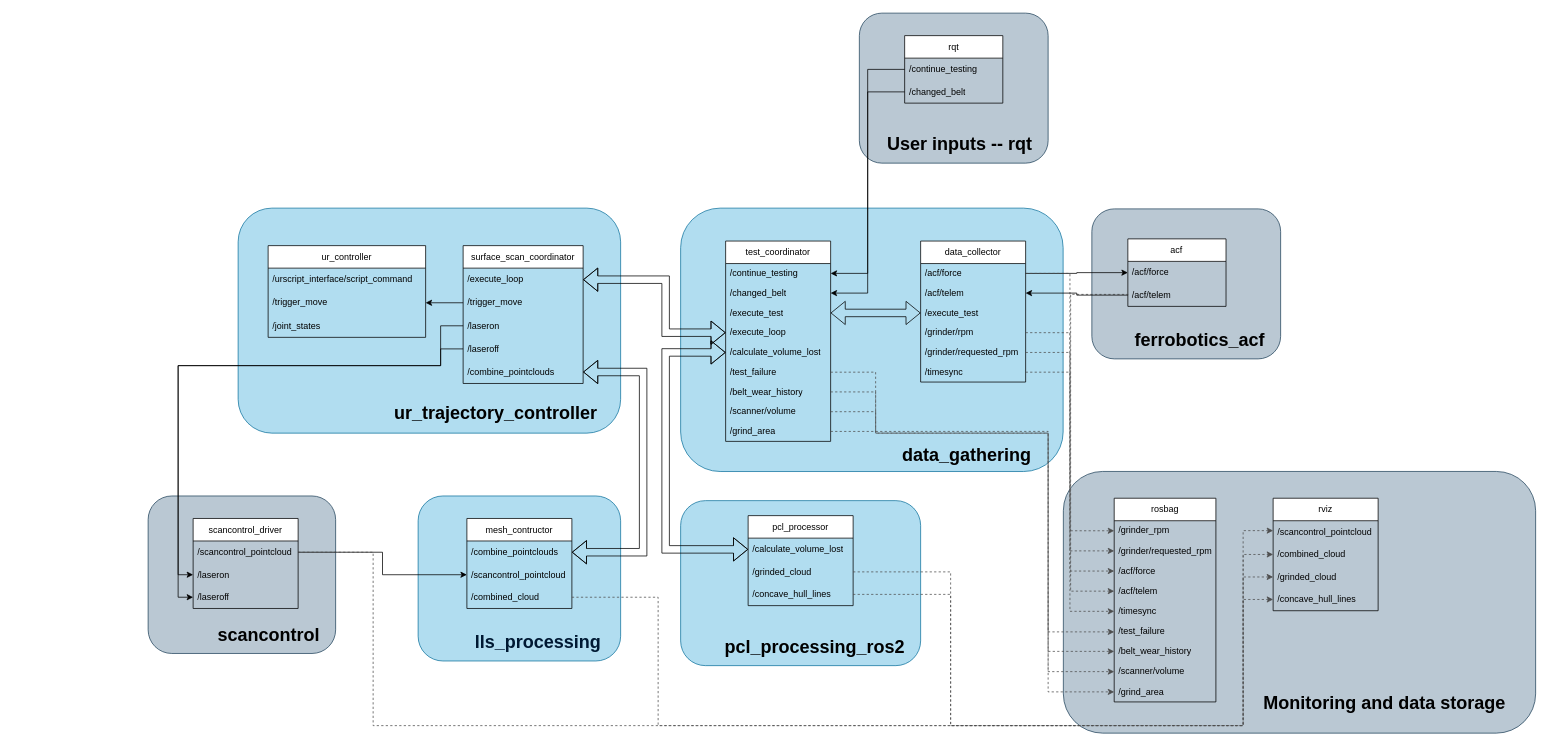
Earlier version of the draw.io diagram Untitled Diagram.drawio (Luka140/drawio_graphs). Source tidied: cells renumbered, new cells numbered last; positions are measured from the earlier drawing's top-left corner, leaving out a move shared by most shapes. Both pictures are drawn from the tidied source at 75%, with x=0, y=0 at pixel (13, 13).
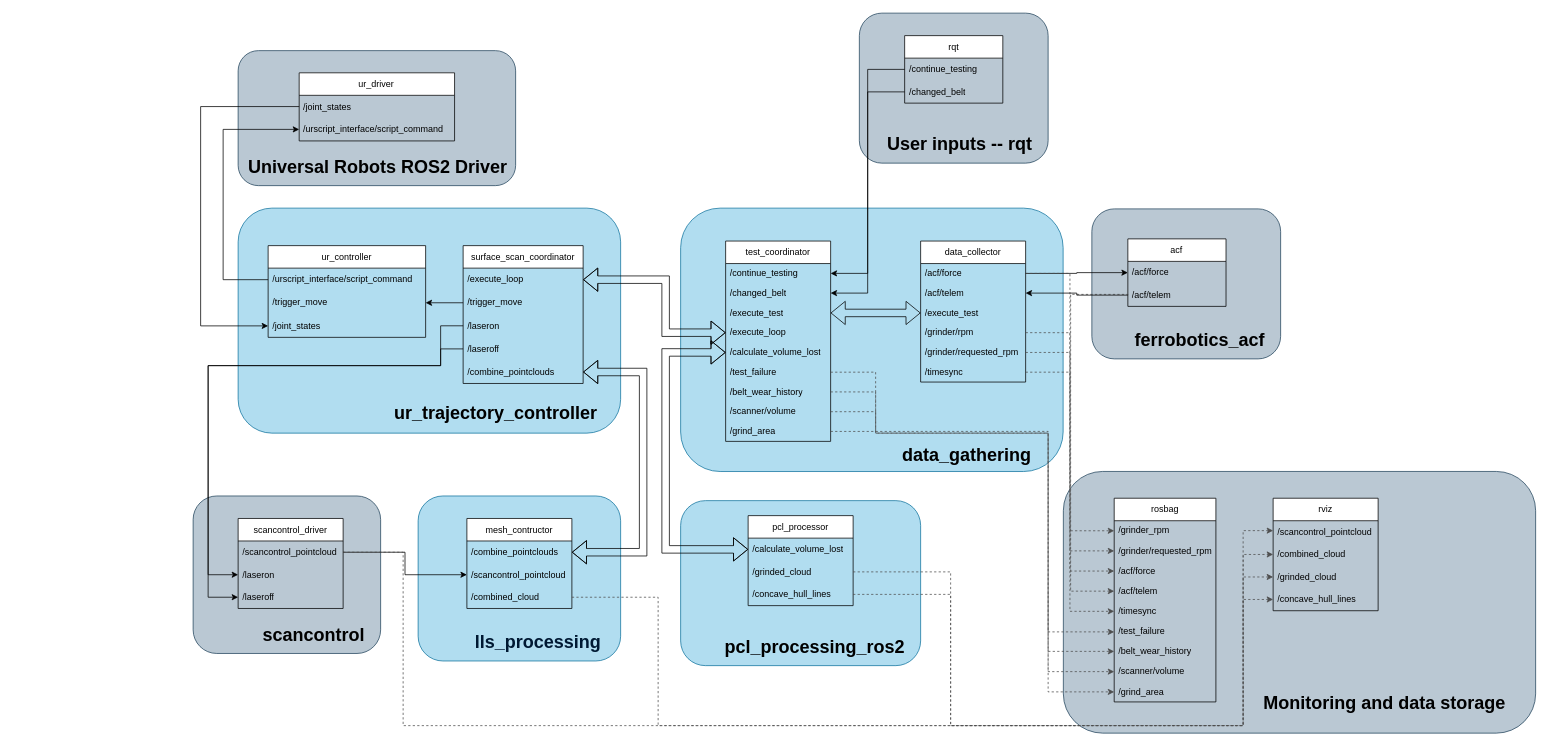
The same page after the edit.

The change refers to these unchanged cells:
```xml
<mxCell id="30" style="group;" parent="1" vertex="1">
  <mxGeometry x="310" y="260" width="590" height="710" as="geometry" />
</mxCell>
<mxCell id="34" value="/urscript_interface/script_command" style="text;strokeColor=none;fillColor=none;align=left;verticalAlign=middle;spacingLeft=4;spacingRight=4;overflow=hidden;points=[[0,0.5],[1,0.5]];portConstraint=eastwest;whiteSpace=wrap;html=1;" parent="33" vertex="1">
  <mxGeometry y="30" width="210" height="30.8" as="geometry" />
</mxCell>
<mxCell id="36" value="/joint_states" style="text;strokeColor=none;fillColor=none;align=left;verticalAlign=middle;spacingLeft=4;spacingRight=4;overflow=hidden;points=[[0,0.5],[1,0.5]];portConstraint=eastwest;whiteSpace=wrap;html=1;" parent="33" vertex="1">
  <mxGeometry y="91.5" width="210" height="30.8" as="geometry" />
</mxCell>
<mxCell id="40" value="/laseron" style="text;strokeColor=none;fillColor=none;align=left;verticalAlign=middle;spacingLeft=4;spacingRight=4;overflow=hidden;points=[[0,0.5],[1,0.5]];portConstraint=eastwest;whiteSpace=wrap;html=1;" parent="37" vertex="1">
  <mxGeometry y="91.5" width="160" height="30.8" as="geometry" />
</mxCell>
<mxCell id="41" value="/laseroff" style="text;strokeColor=none;fillColor=none;align=left;verticalAlign=middle;spacingLeft=4;spacingRight=4;overflow=hidden;points=[[0,0.5],[1,0.5]];portConstraint=eastwest;whiteSpace=wrap;html=1;" parent="37" vertex="1">
  <mxGeometry y="122.3" width="160" height="30.8" as="geometry" />
</mxCell>
<mxCell id="45" style="group;" parent="44" vertex="1">
  <mxGeometry x="40" y="180" width="460" height="210" as="geometry" />
</mxCell>
<mxCell id="50" value="/scancontrol_pointcloud" style="text;strokeColor=none;fillColor=none;align=left;verticalAlign=middle;spacingLeft=4;spacingRight=4;overflow=hidden;points=[[0,0.5],[1,0.5]];portConstraint=eastwest;whiteSpace=wrap;html=1;" parent="48" vertex="1">
  <mxGeometry y="60" width="140" height="30" as="geometry" />
</mxCell>
<mxCell id="55" value="/scancontrol_pointcloud" style="text;strokeColor=none;fillColor=none;align=left;verticalAlign=middle;spacingLeft=4;spacingRight=4;overflow=hidden;points=[[0,0.5],[1,0.5]];portConstraint=eastwest;whiteSpace=wrap;html=1;" parent="54" vertex="1">
  <mxGeometry y="30" width="140" height="30" as="geometry" />
</mxCell>
<mxCell id="56" value="/laseron" style="text;strokeColor=none;fillColor=none;align=left;verticalAlign=middle;spacingLeft=4;spacingRight=4;overflow=hidden;points=[[0,0.5],[1,0.5]];portConstraint=eastwest;whiteSpace=wrap;html=1;" parent="54" vertex="1">
  <mxGeometry y="60" width="140" height="30" as="geometry" />
</mxCell>
<mxCell id="57" value="/laseroff" style="text;strokeColor=none;fillColor=none;align=left;verticalAlign=middle;spacingLeft=4;spacingRight=4;overflow=hidden;points=[[0,0.5],[1,0.5]];portConstraint=eastwest;whiteSpace=wrap;html=1;" parent="54" vertex="1">
  <mxGeometry y="90" width="140" height="30" as="geometry" />
</mxCell>
<mxCell id="95" value="/scancontrol_pointcloud" style="text;strokeColor=none;fillColor=none;align=left;verticalAlign=middle;spacingLeft=4;spacingRight=4;overflow=hidden;points=[[0,0.5],[1,0.5]];portConstraint=eastwest;whiteSpace=wrap;html=1;" parent="94" vertex="1">
  <mxGeometry y="30" width="140" height="30" as="geometry" />
</mxCell>
```

Diff of the diagram source:
```diff
@@
+    <mxCell id="53" style="rounded=1;whiteSpace=wrap;html=1;fillColor=#bac8d3;strokeColor=#23445d;" parent="45" vertex="1">
+      <mxGeometry x="-110" y="-30" width="250" height="210" as="geometry" />
+    </mxCell>
@@
-    <mxCell id="52" style="group;" parent="45" vertex="1">
-      <mxGeometry x="-170" y="-30" width="250" height="210" as="geometry" />
-    </mxCell>
-    <mxCell id="53" style="rounded=1;whiteSpace=wrap;html=1;fillColor=#bac8d3;strokeColor=#23445d;" parent="52" vertex="1">
-      <mxGeometry width="250" height="210" as="geometry" />
-    </mxCell>
+    <mxCell id="58" style="edgeStyle=orthogonalEdgeStyle;rounded=0;jettySize=auto;html=1;exitX=1;exitY=0.5;exitDx=0;exitDy=0;entryX=0;entryY=0.5;entryDx=0;entryDy=0;" parent="45" edge="1" source="55" target="50">
+      <mxGeometry relative="1" as="geometry" />
+    </mxCell>
-    <mxCell id="54" value="scancontrol_driver" style="swimlane;fontStyle=0;horizontal=1;startSize=30;whiteSpace=wrap;html=1;" parent="52" vertex="1">
-      <mxGeometry x="60" y="30" width="140" height="120" as="geometry" />
+    <mxCell id="54" value="scancontrol_driver" style="swimlane;fontStyle=0;horizontal=1;startSize=30;whiteSpace=wrap;html=1;" parent="45" vertex="1">
+      <mxGeometry x="-50" width="140" height="120" as="geometry" />
     </mxCell>
@@
-    <mxCell id="58" style="edgeStyle=orthogonalEdgeStyle;rounded=0;jettySize=auto;html=1;exitX=1;exitY=0.5;exitDx=0;exitDy=0;entryX=0;entryY=0.5;entryDx=0;entryDy=0;" parent="45" edge="1" source="55" target="50">
-      <mxGeometry relative="1" as="geometry" />
-    </mxCell>
+    <mxCell id="70" value="scancontrol" style="text;strokeColor=none;fillColor=none;html=1;fontSize=24;fontStyle=1;verticalAlign=middle;align=right;" parent="45" vertex="1">
+      <mxGeometry x="-290" y="130" width="410" height="50" as="geometry" />
+    </mxCell>
     <mxCell id="59" style="edgeStyle=orthogonalEdgeStyle;rounded=0;jettySize=auto;html=1;exitX=0;exitY=0.5;exitDx=0;exitDy=0;entryX=0;entryY=0.5;entryDx=0;entryDy=0;" parent="30" edge="1" source="40" target="56">
       <mxGeometry relative="1" as="geometry">
         <Array as="points">
           <mxPoint x="260" y="157" />
           <mxPoint x="260" y="210" />
-          <mxPoint x="-90" y="210" />
-          <mxPoint x="-90" y="489" />
+          <mxPoint x="-50" y="210" />
+          <mxPoint x="-50" y="489" />
         </Array>
       </mxGeometry>
     </mxCell>
     <mxCell id="60" style="edgeStyle=orthogonalEdgeStyle;rounded=0;jettySize=auto;html=1;exitX=0;exitY=0.5;exitDx=0;exitDy=0;entryX=0;entryY=0.5;entryDx=0;entryDy=0;" parent="30" edge="1" source="41" target="57">
       <mxGeometry relative="1" as="geometry">
         <Array as="points">
           <mxPoint x="260" y="188" />
           <mxPoint x="260" y="210" />
-          <mxPoint x="-90" y="210" />
-          <mxPoint x="-90" y="519" />
+          <mxPoint x="-50" y="210" />
+          <mxPoint x="-50" y="519" />
         </Array>
       </mxGeometry>
     </mxCell>
@@
-    <mxCell id="70" value="scancontrol" style="text;strokeColor=none;fillColor=none;html=1;fontSize=24;fontStyle=1;verticalAlign=middle;align=right;" parent="1" vertex="1">
-      <mxGeometry y="803.8" width="410" height="50" as="geometry" />
-    </mxCell>
@@
     <mxCell id="108" style="edgeStyle=orthogonalEdgeStyle;rounded=0;jettySize=auto;html=1;exitX=1;exitY=0.5;exitDx=0;exitDy=0;dashed=1;strokeColor=#4D4D4D;" parent="1" edge="1" source="55" target="95">
       <mxGeometry relative="1" as="geometry">
         <Array as="points">
-          <mxPoint x="480" y="719" />
-          <mxPoint x="480" y="950" />
+          <mxPoint x="520" y="719" />
+          <mxPoint x="520" y="950" />
           <mxPoint x="1640" y="950" />
           <mxPoint x="1640" y="690" />
         </Array>
       </mxGeometry>
     </mxCell>
@@
+    <mxCell id="113" style="group;" parent="1" vertex="1">
+      <mxGeometry x="250" y="20" width="420" height="210" as="geometry" />
+    </mxCell>
+    <mxCell id="114" style="group;" parent="113" vertex="1">
+      <mxGeometry x="50" width="370" height="210" as="geometry" />
+    </mxCell>
+    <mxCell id="115" style="group;" parent="114" vertex="1">
+      <mxGeometry width="370" height="210" as="geometry" />
+    </mxCell>
+    <mxCell id="116" style="rounded=1;whiteSpace=wrap;html=1;fillColor=#bac8d3;strokeColor=#23445d;" parent="115" vertex="1">
+      <mxGeometry y="30" width="370" height="180" as="geometry" />
+    </mxCell>
+    <mxCell id="117" value="ur_driver" style="swimlane;fontStyle=0;horizontal=1;startSize=30;whiteSpace=wrap;html=1;" parent="115" vertex="1">
+      <mxGeometry x="81.4" y="59.6" width="207.2" height="90.8" as="geometry" />
+    </mxCell>
+    <mxCell id="118" value="/joint_states" style="text;strokeColor=none;fillColor=none;align=left;verticalAlign=middle;spacingLeft=4;spacingRight=4;overflow=hidden;whiteSpace=wrap;html=1;" parent="117" vertex="1">
+      <mxGeometry y="30" width="207.2" height="30" as="geometry" />
+    </mxCell>
+    <mxCell id="119" value="/urscript_interface/script_command" style="text;strokeColor=none;fillColor=none;align=left;verticalAlign=middle;spacingLeft=4;spacingRight=4;overflow=hidden;points=[[0,0.5],[1,0.5]];portConstraint=eastwest;whiteSpace=wrap;html=1;" parent="117" vertex="1">
+      <mxGeometry y="60" width="207.2" height="30.8" as="geometry" />
+    </mxCell>
+    <mxCell id="120" value="Universal Robots ROS2 Driver" style="text;strokeColor=none;fillColor=none;html=1;fontSize=24;fontStyle=1;verticalAlign=middle;align=right;" parent="113" vertex="1">
+      <mxGeometry y="160" width="410" height="50" as="geometry" />
+    </mxCell>
+    <mxCell id="121" style="edgeStyle=orthogonalEdgeStyle;rounded=0;jettySize=auto;html=1;" parent="1" edge="1" target="36">
+      <mxGeometry relative="1" as="geometry">
+        <mxPoint x="381.4" y="124.6" as="sourcePoint" />
+        <Array as="points">
+          <mxPoint x="250" y="125" />
+          <mxPoint x="250" y="417" />
+        </Array>
+      </mxGeometry>
+    </mxCell>
+    <mxCell id="122" style="edgeStyle=orthogonalEdgeStyle;rounded=0;jettySize=auto;html=1;exitX=0;exitY=0.5;exitDx=0;exitDy=0;entryX=0;entryY=0.5;entryDx=0;entryDy=0;startArrow=classic;startFill=1;endArrow=none;endFill=0;" parent="1" edge="1" source="119" target="34">
+      <mxGeometry relative="1" as="geometry">
+        <Array as="points">
+          <mxPoint x="280" y="155" />
+          <mxPoint x="280" y="355" />
+        </Array>
+      </mxGeometry>
+    </mxCell>
```
